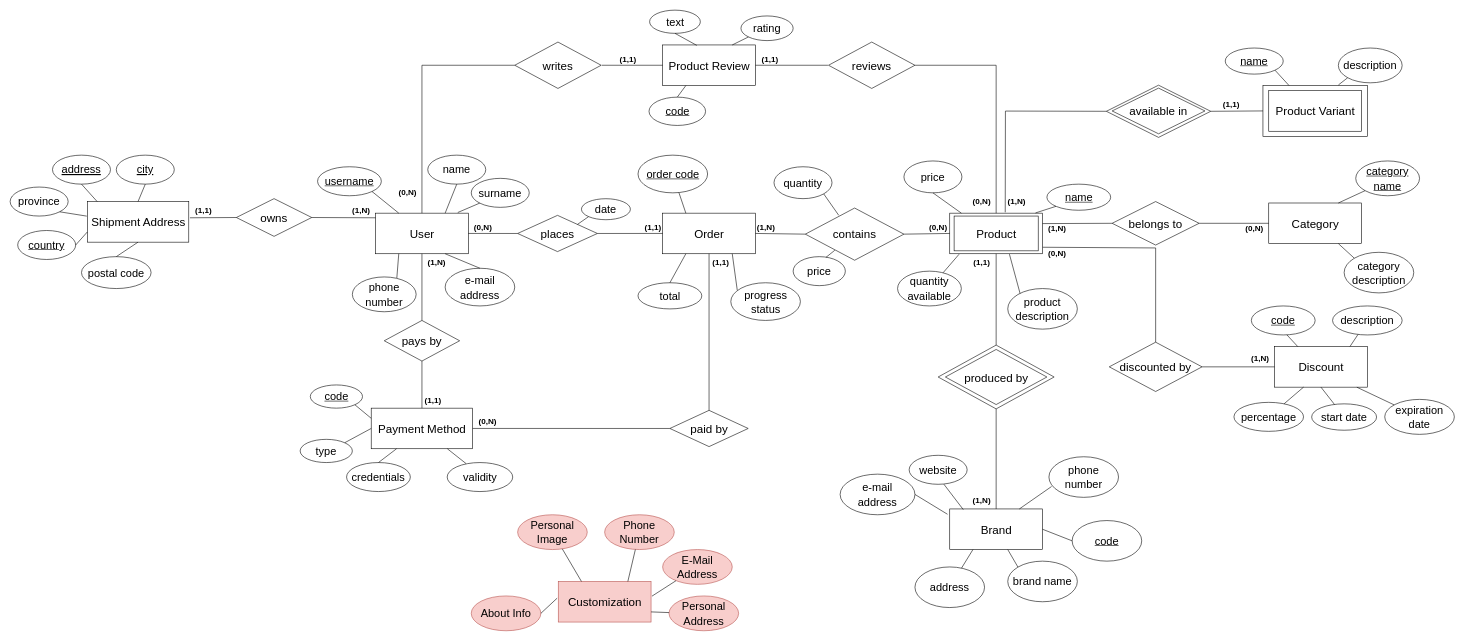
The draw.io diagram documentation/ER.drawio in Tecnologie-Del-Web/Project, before the edit. Source tidied: cells renumbered, new cells numbered last; positions are measured from the earlier drawing's top-left corner, leaving out a move shared by most shapes. Both pictures are drawn from the tidied source at 58%, with x=0, y=0 at pixel (10, 10).
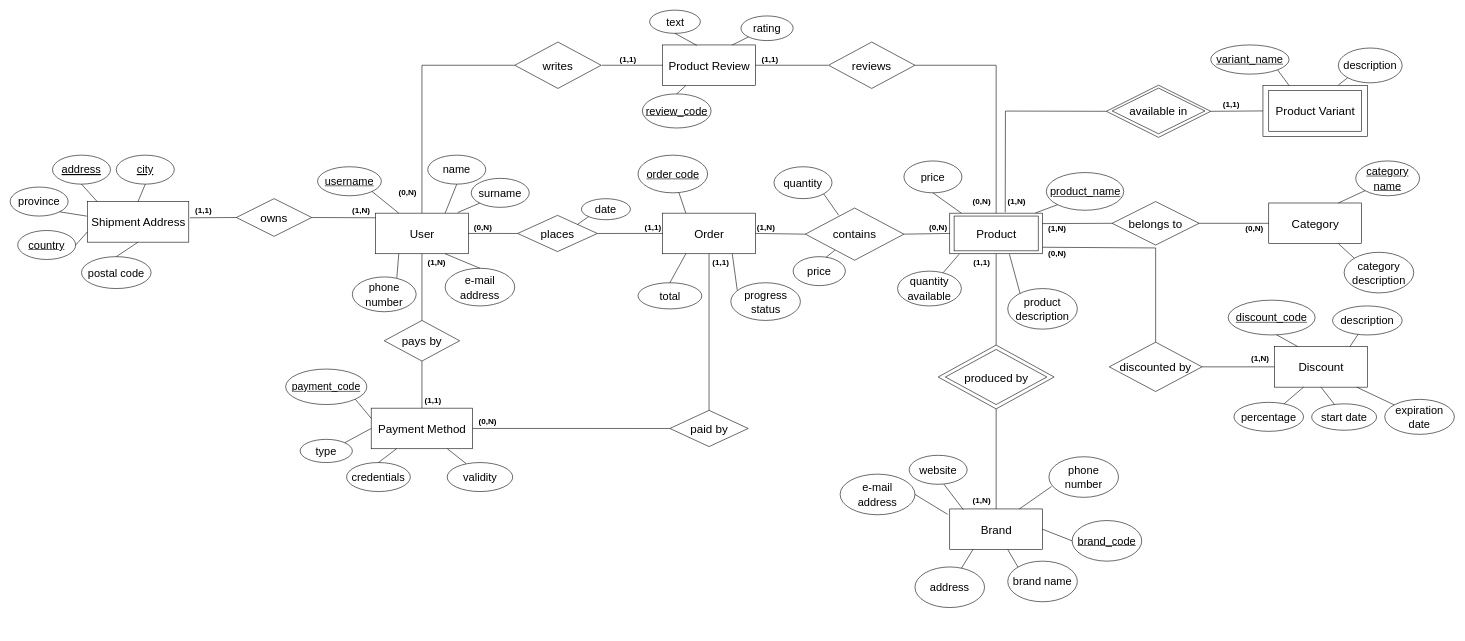
The same page after the edit.

Commit message (it also covers changes not shown here):
Rimossa Customization da ER, primissima versione INCOMPLETA e INCONSISTENTE del .sql

Diff of the diagram source:
```diff
@@
-    <mxCell id="9" value="&lt;font style=&quot;font-size: 20px;&quot;&gt;Customization&lt;/font&gt;" style="html=1;dashed=0;whitespace=wrap;fillColor=#f8cecc;strokeColor=#b85450;fillStyle=solid;" parent="1" vertex="1">
-      <mxGeometry x="945" y="985" width="160" height="70" as="geometry" />
-    </mxCell>
@@
-    <mxCell id="22" value="&lt;font style=&quot;font-size: 19px;&quot;&gt;&lt;u&gt;name&lt;/u&gt;&lt;/font&gt;" style="ellipse;whiteSpace=wrap;html=1;fontSize=20;" parent="1" vertex="1">
-      <mxGeometry x="1787.5" y="300" width="110" height="45" as="geometry" />
+    <mxCell id="22" value="&lt;font style=&quot;font-size: 19px;&quot;&gt;&lt;u&gt;product_name&lt;/u&gt;&lt;/font&gt;" style="ellipse;whiteSpace=wrap;html=1;fontSize=20;" parent="1" vertex="1">
+      <mxGeometry x="1786.5" y="280" width="133.5" height="65" as="geometry" />
     </mxCell>
@@
-    <mxCell id="33" value="&lt;span style=&quot;font-size: 19px;&quot;&gt;&lt;u&gt;code&lt;/u&gt;&lt;/span&gt;" style="ellipse;whiteSpace=wrap;html=1;fontSize=20;" parent="1" vertex="1">
+    <mxCell id="33" value="&lt;span style=&quot;font-size: 19px;&quot;&gt;&lt;u&gt;brand_code&lt;/u&gt;&lt;/span&gt;" style="ellipse;whiteSpace=wrap;html=1;fontSize=20;" parent="1" vertex="1">
       <mxGeometry x="1831" y="880" width="120" height="70" as="geometry" />
     </mxCell>
@@
-    <mxCell id="57" value="&lt;font style=&quot;font-size: 19px;&quot;&gt;Personal Image&lt;/font&gt;" style="ellipse;whiteSpace=wrap;html=1;fontSize=20;fillColor=#f8cecc;strokeColor=#b85450;" parent="1" vertex="1">
-      <mxGeometry x="875" y="870" width="120" height="60" as="geometry" />
-    </mxCell>
-    <mxCell id="58" style="endArrow=none;html=1;rounded=0;fontSize=20;exitX=0.25;exitY=0;exitDx=0;exitDy=0;" parent="1" edge="1" source="9" target="57">
-      <mxGeometry relative="1" as="geometry" />
-    </mxCell>
-    <mxCell id="59" value="&lt;font style=&quot;font-size: 19px;&quot;&gt;Phone Number&lt;/font&gt;" style="ellipse;whiteSpace=wrap;html=1;fontSize=20;fillColor=#f8cecc;strokeColor=#b85450;" parent="1" vertex="1">
-      <mxGeometry x="1025" y="870" width="120" height="60" as="geometry" />
-    </mxCell>
-    <mxCell id="60" style="endArrow=none;html=1;rounded=0;fontSize=20;exitX=0.75;exitY=0;exitDx=0;exitDy=0;" parent="1" edge="1" source="9" target="59">
-      <mxGeometry relative="1" as="geometry" />
-    </mxCell>
-    <mxCell id="61" value="&lt;font style=&quot;font-size: 19px;&quot;&gt;E-Mail Address&lt;/font&gt;" style="ellipse;whiteSpace=wrap;html=1;fontSize=20;fillColor=#f8cecc;strokeColor=#b85450;" parent="1" vertex="1">
-      <mxGeometry x="1125" y="930" width="120" height="60" as="geometry" />
-    </mxCell>
-    <mxCell id="62" style="endArrow=none;html=1;rounded=0;fontSize=20;exitX=1.01;exitY=0.362;exitDx=0;exitDy=0;exitPerimeter=0;" parent="1" edge="1" source="9" target="61">
-      <mxGeometry relative="1" as="geometry" />
-    </mxCell>
-    <mxCell id="63" value="&lt;font style=&quot;font-size: 19px;&quot;&gt;Personal Address&lt;/font&gt;" style="ellipse;whiteSpace=wrap;html=1;fontSize=20;fillColor=#f8cecc;strokeColor=#b85450;" parent="1" vertex="1">
-      <mxGeometry x="1136" y="1010" width="120" height="60" as="geometry" />
-    </mxCell>
-    <mxCell id="64" style="endArrow=none;html=1;rounded=0;fontSize=20;exitX=1;exitY=0.75;exitDx=0;exitDy=0;" parent="1" edge="1" source="9" target="63">
-      <mxGeometry relative="1" as="geometry" />
-    </mxCell>
-    <mxCell id="65" value="&lt;font style=&quot;font-size: 19px;&quot;&gt;About Info&lt;/font&gt;" style="ellipse;whiteSpace=wrap;html=1;fontSize=20;fillColor=#f8cecc;strokeColor=#b85450;" parent="1" vertex="1">
-      <mxGeometry x="795" y="1010" width="120" height="60" as="geometry" />
-    </mxCell>
-    <mxCell id="66" style="endArrow=none;html=1;rounded=0;fontSize=20;exitX=-0.012;exitY=0.412;exitDx=0;exitDy=0;entryX=1;entryY=0.5;entryDx=0;entryDy=0;exitPerimeter=0;" parent="1" edge="1" source="9" target="65">
-      <mxGeometry relative="1" as="geometry" />
-    </mxCell>
@@
-    <mxCell id="109" value="&lt;font style=&quot;font-size: 19px;&quot;&gt;&lt;u&gt;code&lt;/u&gt;&lt;/font&gt;" style="ellipse;whiteSpace=wrap;html=1;fontSize=20;" parent="1" vertex="1">
-      <mxGeometry x="2140" y="510" width="110" height="50" as="geometry" />
+    <mxCell id="109" value="&lt;font style=&quot;font-size: 19px;&quot;&gt;&lt;u&gt;discount_code&lt;/u&gt;&lt;/font&gt;" style="ellipse;whiteSpace=wrap;html=1;fontSize=20;" parent="1" vertex="1">
+      <mxGeometry x="2100" y="500" width="150" height="60" as="geometry" />
     </mxCell>
@@
-    <mxCell id="152" value="&lt;font style=&quot;font-size: 19px;&quot;&gt;&lt;u&gt;code&lt;/u&gt;&lt;/font&gt;" style="ellipse;whiteSpace=wrap;html=1;fontSize=20;" parent="1" vertex="1">
-      <mxGeometry x="517.5" y="646.2" width="90" height="40" as="geometry" />
+    <mxCell id="152" value="&lt;font size=&quot;1&quot; style=&quot;&quot;&gt;&lt;u style=&quot;font-size: 18px;&quot;&gt;payment_code&lt;/u&gt;&lt;/font&gt;" style="ellipse;whiteSpace=wrap;html=1;fontSize=20;" parent="1" vertex="1">
+      <mxGeometry x="475" y="618.8" width="140" height="61.2" as="geometry" />
     </mxCell>
@@
-    <mxCell id="156" value="&lt;font style=&quot;font-size: 19px;&quot;&gt;&lt;u&gt;code&lt;/u&gt;&lt;/font&gt;" style="ellipse;whiteSpace=wrap;html=1;fontSize=20;" parent="1" vertex="1">
-      <mxGeometry x="1101.5" y="150" width="97.5" height="48.8" as="geometry" />
+    <mxCell id="156" value="&lt;font style=&quot;font-size: 19px;&quot;&gt;&lt;u&gt;review_code&lt;/u&gt;&lt;/font&gt;" style="ellipse;whiteSpace=wrap;html=1;fontSize=20;" parent="1" vertex="1">
+      <mxGeometry x="1090" y="144.4" width="118.5" height="58.8" as="geometry" />
     </mxCell>
@@
-    <mxCell id="158" value="&lt;font style=&quot;font-size: 19px;&quot;&gt;&lt;u&gt;name&lt;/u&gt;&lt;/font&gt;" style="ellipse;whiteSpace=wrap;html=1;fontSize=20;" parent="1" vertex="1">
-      <mxGeometry x="2095" y="65.3" width="100" height="45" as="geometry" />
+    <mxCell id="158" value="&lt;font style=&quot;font-size: 19px;&quot;&gt;&lt;u&gt;variant_name&lt;/u&gt;&lt;/font&gt;" style="ellipse;whiteSpace=wrap;html=1;fontSize=20;" parent="1" vertex="1">
+      <mxGeometry x="2070" y="60" width="135" height="50.3" as="geometry" />
     </mxCell>
```
